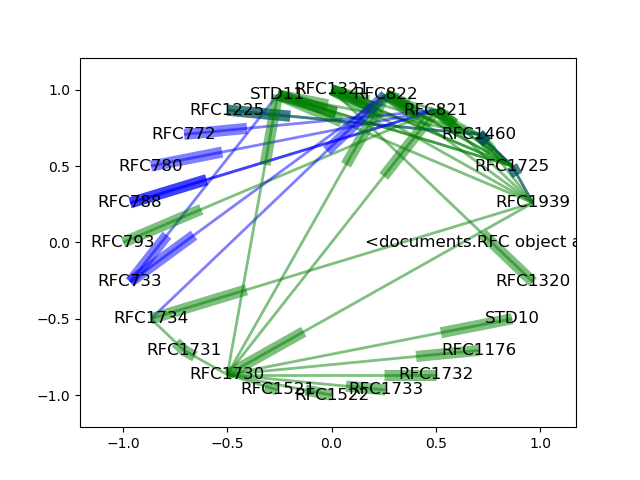
Earlier version of the Graphviz export Code/viz/graph.png (theokott/IETF-Viz). Its source is kept beside it as Code/viz/graph.dot.
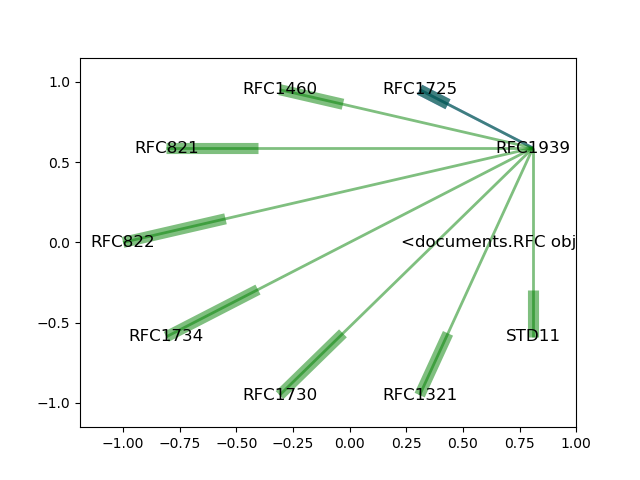
The same file after the commit.

Change to the diagram source:
```diff
@@ -1,28 +1,14 @@
 digraph  {
-<documents.RFC object at 0x0AD21150>;
+<documents.RFC object at 0x0B34B870>;
 RFC1939;
 RFC1725;
 RFC1460;
 RFC821;
 RFC822;
+RFC1734;
+RFC1730;
 RFC1321;
 STD11;
-RFC1225;
-RFC772;
-RFC780;
-RFC788;
-RFC793;
-RFC733;
-RFC1734;
-RFC1731;
-RFC1730;
-RFC1521;
-RFC1522;
-RFC1733;
-RFC1732;
-RFC1176;
-STD10;
-RFC1320;
 RFC1939 -> RFC1725  [key=0, relType=obs, color=blue, style=solid];
 RFC1939 -> RFC1725  [key=1, relType=refold, color=green, style=solid];
 RFC1939 -> RFC1460  [key=0, relType=refold, color=green, style=solid];
@@ -32,43 +18,4 @@
 RFC1939 -> RFC1730  [key=0, relType=refold, color=green, style=solid];
 RFC1939 -> RFC1321  [key=0, relType=refold, color=green, style=solid];
 RFC1939 -> STD11  [key=0, relType=refold, color=green, style=solid];
-RFC1725 -> RFC1460  [key=0, relType=obs, color=blue, style=solid];
-RFC1725 -> RFC1460  [key=1, relType=refold, color=green, style=solid];
-RFC1725 -> RFC1460  [key=2, relType=obs, color=blue, style=solid];
-RFC1725 -> RFC1460  [key=3, relType=refold, color=green, style=solid];
-RFC1725 -> RFC821  [key=0, relType=refold, color=green, style=solid];
-RFC1725 -> RFC821  [key=1, relType=refold, color=green, style=solid];
-RFC1725 -> RFC822  [key=0, relType=refold, color=green, style=solid];
-RFC1725 -> RFC822  [key=1, relType=refold, color=green, style=solid];
-RFC1725 -> RFC1321  [key=0, relType=refold, color=green, style=solid];
-RFC1725 -> RFC1321  [key=1, relType=refold, color=green, style=solid];
-RFC1725 -> STD11  [key=0, relType=refold, color=green, style=solid];
-RFC1725 -> STD11  [key=1, relType=refold, color=green, style=solid];
-RFC1460 -> STD11  [key=0, relType=refold, color=green, style=solid];
-RFC1460 -> RFC1321  [key=0, relType=refold, color=green, style=solid];
-RFC1460 -> RFC821  [key=0, relType=refold, color=green, style=solid];
-RFC1460 -> RFC822  [key=0, relType=refold, color=green, style=solid];
-RFC1460 -> RFC1225  [key=0, relType=obs, color=blue, style=solid];
-RFC1460 -> RFC1225  [key=1, relType=refold, color=green, style=solid];
-RFC821 -> RFC822  [key=0, relType=refold, color=green, style=solid];
-RFC821 -> RFC772  [key=0, relType=obs, color=blue, style=solid];
-RFC821 -> RFC780  [key=0, relType=obs, color=blue, style=solid];
-RFC821 -> RFC788  [key=0, relType=obs, color=blue, style=solid];
-RFC821 -> RFC788  [key=1, relType=refunk, color=blue, style=solid];
-RFC821 -> RFC793  [key=0, relType=refold, color=green, style=solid];
-RFC822 -> RFC733  [key=0, relType=obs, color=blue, style=solid];
-RFC1321 -> RFC1320  [key=0, relType=refold, color=green, style=solid];
-STD11 -> RFC733  [key=0, relType=obs, color=blue, style=solid];
-RFC1734 -> RFC822  [key=0, relType=refunk, color=blue, style=solid];
-RFC1734 -> RFC1731  [key=0, relType=refold, color=green, style=solid];
-RFC1730 -> RFC821  [key=0, relType=refold, color=green, style=solid];
-RFC1730 -> RFC822  [key=0, relType=refold, color=green, style=solid];
-RFC1730 -> RFC1731  [key=0, relType=refold, color=green, style=solid];
-RFC1730 -> STD11  [key=0, relType=refold, color=green, style=solid];
-RFC1730 -> RFC1521  [key=0, relType=refold, color=green, style=solid];
-RFC1730 -> RFC1522  [key=0, relType=refold, color=green, style=solid];
-RFC1730 -> RFC1733  [key=0, relType=refold, color=green, style=solid];
-RFC1730 -> RFC1732  [key=0, relType=refold, color=green, style=solid];
-RFC1730 -> RFC1176  [key=0, relType=refold, color=green, style=solid];
-RFC1730 -> STD10  [key=0, relType=refold, color=green, style=solid];
 }
```
